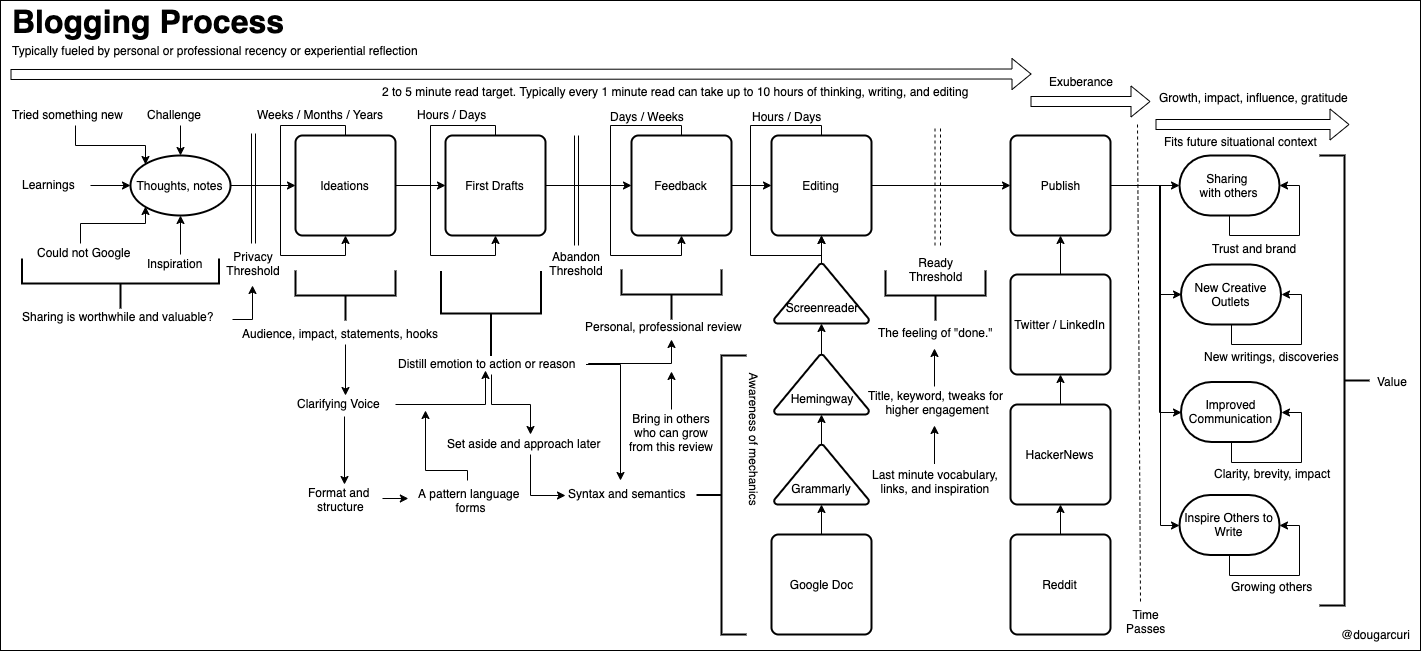
solidi/learning-notes keeps this draw.io diagram as mentoring/diagrams/blogging-process.png. Above is the earlier version. Source tidied: cells renumbered, new cells last; positions are measured from the earlier drawing's top-left corner, leaving out a move shared by most shapes.
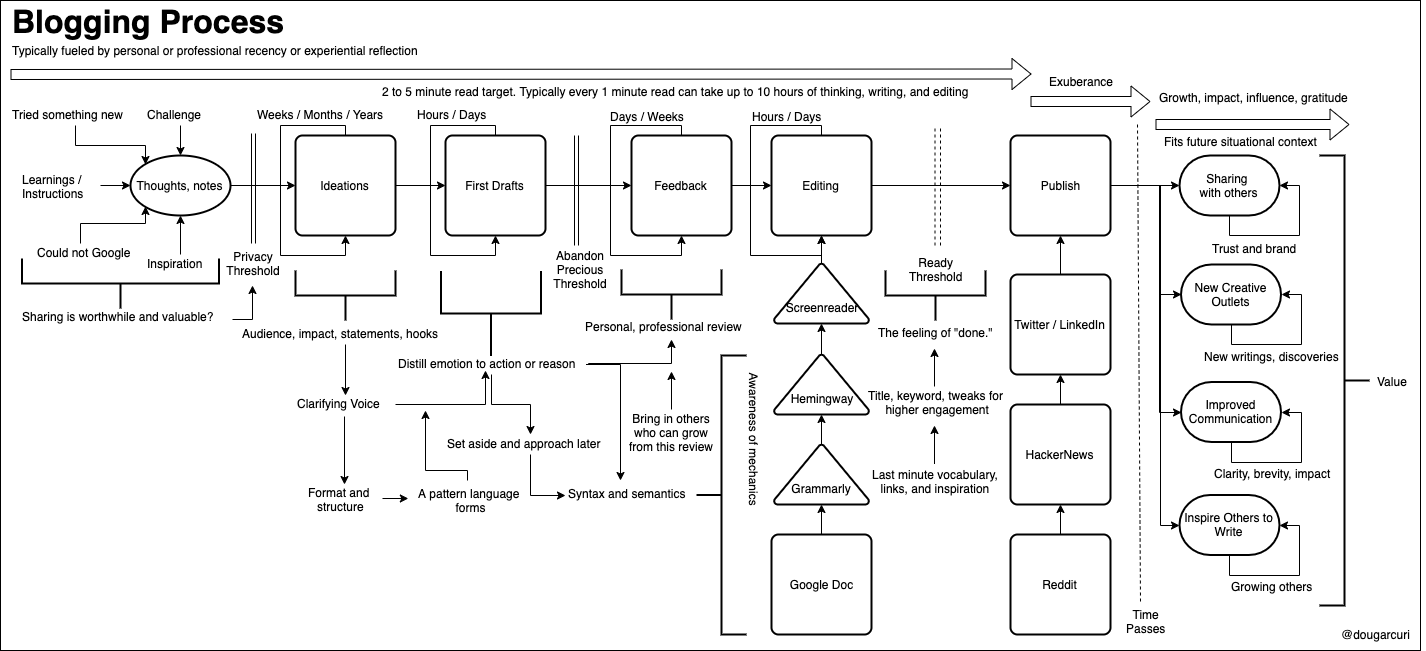
Later version of the same file.

Commit message:
Add precious threshold and instructions

Change to the diagram source:
```diff
@@ -208,8 +208,8 @@
         <mxPoint x="576" y="135" as="targetPoint" />
       </mxGeometry>
     </mxCell>
-    <mxCell id="53" value="Abandon Threshold" style="text;html=1;strokeColor=none;fillColor=none;align=center;verticalAlign=middle;whiteSpace=wrap;rounded=0;" parent="1" vertex="1">
-      <mxGeometry x="555.5" y="253" width="40" height="20" as="geometry" />
+    <mxCell id="53" value="Abandon&lt;br&gt;Precious Threshold" style="text;html=1;strokeColor=none;fillColor=none;align=center;verticalAlign=middle;whiteSpace=wrap;rounded=0;" parent="1" vertex="1">
+      <mxGeometry x="560" y="259" width="40" height="20" as="geometry" />
     </mxCell>
     <mxCell id="54" style="endArrow=none;dashed=1;html=1;" parent="1" edge="1">
       <mxGeometry relative="1" as="geometry">
@@ -274,8 +274,8 @@
     <mxCell id="70" style="edgeStyle=orthogonalEdgeStyle;rounded=0;jettySize=auto;html=1;entryX=0;entryY=0.5;entryDx=0;entryDy=0;entryPerimeter=0;" parent="1" edge="1" source="71" target="57">
       <mxGeometry relative="1" as="geometry" />
     </mxCell>
-    <mxCell id="71" value="Learnings" style="text;html=1;points=[];align=left;verticalAlign=top;spacingTop=-4;" parent="1" vertex="1">
-      <mxGeometry x="20" y="175" width="70" height="20" as="geometry" />
+    <mxCell id="71" value="Learnings /&lt;br&gt;Instructions" style="text;html=1;points=[];align=left;verticalAlign=top;spacingTop=-4;" parent="1" vertex="1">
+      <mxGeometry x="20" y="170" width="80" height="30" as="geometry" />
     </mxCell>
     <mxCell id="72" style="edgeStyle=orthogonalEdgeStyle;rounded=0;jettySize=auto;html=1;entryX=-0.007;entryY=0.55;entryDx=0;entryDy=0;entryPerimeter=0;" parent="1" edge="1" source="73" target="51">
       <mxGeometry relative="1" as="geometry" />
```
